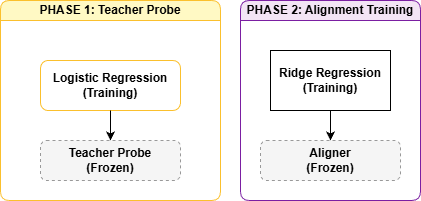
Earlier version of the draw.io export Documentazione/images/modelsss/AppL.png (Fonty02/HallucinationDetection). Source tidied: cells renumbered, new cells last; positions are measured from the earlier drawing's top-left corner, leaving out a move shared by most shapes. Its diagram source:
```xml
<mxGraphModel>
  <root>
    <mxCell id="0" />
    <mxCell id="1" parent="0" />
    <mxCell id="2" value="PHASE 1: Teacher Probe" style="swimlane;whiteSpace=wrap;html=1;fillColor=#fff9c4;strokeColor=#fbc02d;startSize=20;rounded=1;" parent="1" vertex="1">
      <mxGeometry width="220" height="200" as="geometry" />
    </mxCell>
    <mxCell id="3" value="Logistic Regression&lt;br&gt;(Training)" style="rounded=1;whiteSpace=wrap;html=1;fillColor=#ffffff;strokeColor=#fbc02d;fontStyle=1;" parent="2" vertex="1">
      <mxGeometry x="40" y="60" width="140" height="50" as="geometry" />
    </mxCell>
    <mxCell id="4" value="Teacher Probe&lt;br&gt;(Frozen)" style="rounded=1;whiteSpace=wrap;html=1;fillColor=#f5f5f5;strokeColor=#999999;fontStyle=1;dashed=1;" parent="2" vertex="1">
      <mxGeometry x="40" y="140" width="140" height="40" as="geometry" />
    </mxCell>
    <mxCell id="5" parent="2" edge="1" source="3" target="4">
      <mxGeometry relative="1" as="geometry" />
    </mxCell>
    <mxCell id="6" value="PHASE 2: Alignment Training" style="swimlane;whiteSpace=wrap;html=1;fillColor=#f3e5f5;strokeColor=#7b1fa2;startSize=20;rounded=1;" parent="1" vertex="1">
      <mxGeometry x="240" width="180" height="200" as="geometry" />
    </mxCell>
    <mxCell id="7" value="&lt;span style=&quot;font-weight: 700;&quot;&gt;Ridge Regression&lt;/span&gt;&lt;br style=&quot;font-weight: 700;&quot;&gt;&lt;span style=&quot;font-weight: 700;&quot;&gt;(Training)&lt;/span&gt;" style="rounded=0;whiteSpace=wrap;html=1;" parent="6" vertex="1">
      <mxGeometry x="30" y="50" width="120" height="60" as="geometry" />
    </mxCell>
    <mxCell id="8" value="Aligner&lt;br&gt;(Frozen)" style="rounded=1;whiteSpace=wrap;html=1;fillColor=#f5f5f5;strokeColor=#999999;fontStyle=1;dashed=1;" parent="6" vertex="1">
      <mxGeometry x="20" y="140" width="140" height="40" as="geometry" />
    </mxCell>
    <mxCell id="9" parent="6" edge="1" target="8">
      <mxGeometry relative="1" as="geometry">
        <mxPoint x="90" y="110" as="sourcePoint" />
      </mxGeometry>
    </mxCell>
  </root>
</mxGraphModel>
```
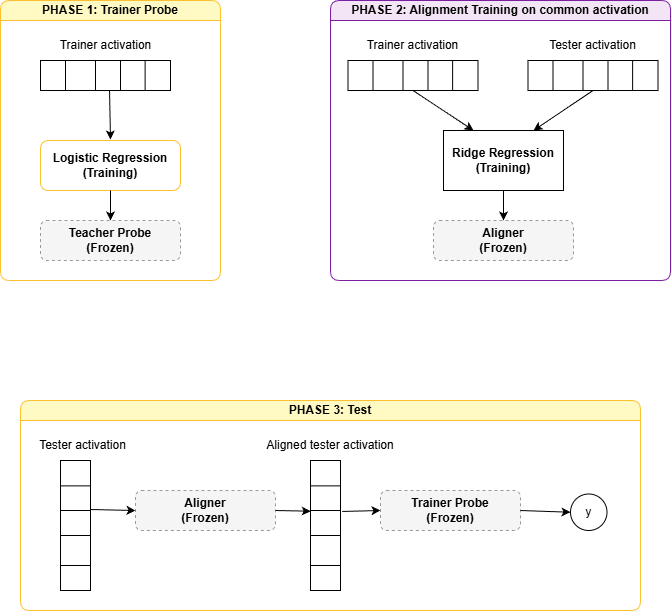
The same file after the commit.

Diff of the diagram source:
```diff
@@ -2,31 +2,231 @@
   <root>
     <mxCell id="0" />
     <mxCell id="1" parent="0" />
-    <mxCell id="2" value="PHASE 1: Teacher Probe" style="swimlane;whiteSpace=wrap;html=1;fillColor=#fff9c4;strokeColor=#fbc02d;startSize=20;rounded=1;" parent="1" vertex="1">
-      <mxGeometry width="220" height="200" as="geometry" />
+    <mxCell id="2" value="PHASE 1: Trainer Probe" style="swimlane;whiteSpace=wrap;html=1;fillColor=#fff9c4;strokeColor=#fbc02d;startSize=20;rounded=1;" parent="1" vertex="1">
+      <mxGeometry width="220" height="280" as="geometry" />
     </mxCell>
     <mxCell id="3" value="Logistic Regression&lt;br&gt;(Training)" style="rounded=1;whiteSpace=wrap;html=1;fillColor=#ffffff;strokeColor=#fbc02d;fontStyle=1;" parent="2" vertex="1">
-      <mxGeometry x="40" y="60" width="140" height="50" as="geometry" />
+      <mxGeometry x="40" y="140" width="140" height="50" as="geometry" />
     </mxCell>
     <mxCell id="4" value="Teacher Probe&lt;br&gt;(Frozen)" style="rounded=1;whiteSpace=wrap;html=1;fillColor=#f5f5f5;strokeColor=#999999;fontStyle=1;dashed=1;" parent="2" vertex="1">
-      <mxGeometry x="40" y="140" width="140" height="40" as="geometry" />
+      <mxGeometry x="40" y="220" width="140" height="40" as="geometry" />
     </mxCell>
     <mxCell id="5" parent="2" edge="1" source="3" target="4">
       <mxGeometry relative="1" as="geometry" />
     </mxCell>
+    <mxCell id="10" style="group;rotation=90;" parent="2" vertex="1">
+      <mxGeometry x="90" y="10" width="30" height="130" as="geometry" />
+    </mxCell>
+    <mxCell id="11" style="rounded=0;whiteSpace=wrap;html=1;rotation=180;" parent="10" vertex="1">
+      <mxGeometry x="-50" y="50" width="130" height="30" as="geometry" />
+    </mxCell>
+    <mxCell id="12" style="endArrow=none;html=1;rounded=0;exitX=0.195;exitY=0.997;exitDx=0;exitDy=0;exitPerimeter=0;entryX=0.195;entryY=0.003;entryDx=0;entryDy=0;entryPerimeter=0;" parent="10" edge="1" source="11" target="11">
+      <mxGeometry relative="1" as="geometry" />
+    </mxCell>
+    <mxCell id="13" style="endArrow=none;html=1;rounded=0;exitX=0.195;exitY=0.997;exitDx=0;exitDy=0;exitPerimeter=0;entryX=0.195;entryY=0.003;entryDx=0;entryDy=0;entryPerimeter=0;" parent="10" edge="1">
+      <mxGeometry relative="1" as="geometry">
+        <mxPoint x="30" y="50" as="sourcePoint" />
+        <mxPoint x="30" y="80" as="targetPoint" />
+      </mxGeometry>
+    </mxCell>
+    <mxCell id="14" style="endArrow=none;html=1;rounded=0;exitX=0.195;exitY=0.997;exitDx=0;exitDy=0;exitPerimeter=0;entryX=0.195;entryY=0.003;entryDx=0;entryDy=0;entryPerimeter=0;" parent="10" edge="1">
+      <mxGeometry relative="1" as="geometry">
+        <mxPoint x="5" y="50" as="sourcePoint" />
+        <mxPoint x="5" y="80" as="targetPoint" />
+      </mxGeometry>
+    </mxCell>
+    <mxCell id="15" style="endArrow=none;html=1;rounded=0;exitX=0.195;exitY=0.997;exitDx=0;exitDy=0;exitPerimeter=0;entryX=0.195;entryY=0.003;entryDx=0;entryDy=0;entryPerimeter=0;" parent="10" edge="1">
+      <mxGeometry relative="1" as="geometry">
+        <mxPoint x="-25" y="50" as="sourcePoint" />
+        <mxPoint x="-25" y="80" as="targetPoint" />
+        <Array as="points">
+          <mxPoint x="-25" y="60" />
+        </Array>
+      </mxGeometry>
+    </mxCell>
+    <mxCell id="16" value="Trainer activation" style="text;html=1;whiteSpace=wrap;strokeColor=none;fillColor=none;align=center;verticalAlign=middle;rounded=0;" parent="2" vertex="1">
+      <mxGeometry x="52.5" y="30" width="105" height="30" as="geometry" />
+    </mxCell>
+    <mxCell id="17" style="endArrow=classic;html=1;rounded=0;exitX=0.469;exitY=-0.001;exitDx=0;exitDy=0;exitPerimeter=0;" parent="2" edge="1" source="11">
+      <mxGeometry relative="1" as="geometry">
+        <mxPoint x="110" y="139" as="targetPoint" />
+      </mxGeometry>
+    </mxCell>
-    <mxCell id="6" value="PHASE 2: Alignment Training" style="swimlane;whiteSpace=wrap;html=1;fillColor=#f3e5f5;strokeColor=#7b1fa2;startSize=20;rounded=1;" parent="1" vertex="1">
-      <mxGeometry x="240" width="180" height="200" as="geometry" />
+    <mxCell id="6" value="PHASE 2: Alignment Training on common activation" style="swimlane;whiteSpace=wrap;html=1;fillColor=#f3e5f5;strokeColor=#7b1fa2;startSize=20;rounded=1;" parent="1" vertex="1">
+      <mxGeometry x="330" width="340" height="280" as="geometry" />
     </mxCell>
     <mxCell id="7" value="&lt;span style=&quot;font-weight: 700;&quot;&gt;Ridge Regression&lt;/span&gt;&lt;br style=&quot;font-weight: 700;&quot;&gt;&lt;span style=&quot;font-weight: 700;&quot;&gt;(Training)&lt;/span&gt;" style="rounded=0;whiteSpace=wrap;html=1;" parent="6" vertex="1">
-      <mxGeometry x="30" y="50" width="120" height="60" as="geometry" />
+      <mxGeometry x="113" y="130" width="120" height="60" as="geometry" />
     </mxCell>
     <mxCell id="8" value="Aligner&lt;br&gt;(Frozen)" style="rounded=1;whiteSpace=wrap;html=1;fillColor=#f5f5f5;strokeColor=#999999;fontStyle=1;dashed=1;" parent="6" vertex="1">
-      <mxGeometry x="20" y="140" width="140" height="40" as="geometry" />
+      <mxGeometry x="103" y="220" width="140" height="40" as="geometry" />
     </mxCell>
     <mxCell id="9" parent="6" edge="1" target="8">
       <mxGeometry relative="1" as="geometry">
-        <mxPoint x="90" y="110" as="sourcePoint" />
+        <mxPoint x="173" y="190" as="sourcePoint" />
       </mxGeometry>
     </mxCell>
+    <mxCell id="18" style="group;rotation=90;" parent="6" vertex="1">
+      <mxGeometry x="67.5" y="10" width="30" height="130" as="geometry" />
+    </mxCell>
+    <mxCell id="19" style="rounded=0;whiteSpace=wrap;html=1;rotation=180;" parent="18" vertex="1">
+      <mxGeometry x="-50" y="50" width="130" height="30" as="geometry" />
+    </mxCell>
+    <mxCell id="20" style="endArrow=none;html=1;rounded=0;exitX=0.195;exitY=0.997;exitDx=0;exitDy=0;exitPerimeter=0;entryX=0.195;entryY=0.003;entryDx=0;entryDy=0;entryPerimeter=0;" parent="18" edge="1" source="19" target="19">
+      <mxGeometry relative="1" as="geometry" />
+    </mxCell>
+    <mxCell id="21" style="endArrow=none;html=1;rounded=0;exitX=0.195;exitY=0.997;exitDx=0;exitDy=0;exitPerimeter=0;entryX=0.195;entryY=0.003;entryDx=0;entryDy=0;entryPerimeter=0;" parent="18" edge="1">
+      <mxGeometry relative="1" as="geometry">
+        <mxPoint x="30" y="50" as="sourcePoint" />
+        <mxPoint x="30" y="80" as="targetPoint" />
+      </mxGeometry>
+    </mxCell>
+    <mxCell id="22" style="endArrow=none;html=1;rounded=0;exitX=0.195;exitY=0.997;exitDx=0;exitDy=0;exitPerimeter=0;entryX=0.195;entryY=0.003;entryDx=0;entryDy=0;entryPerimeter=0;" parent="18" edge="1">
+      <mxGeometry relative="1" as="geometry">
+        <mxPoint x="5" y="50" as="sourcePoint" />
+        <mxPoint x="5" y="80" as="targetPoint" />
+      </mxGeometry>
+    </mxCell>
+    <mxCell id="23" style="endArrow=none;html=1;rounded=0;exitX=0.195;exitY=0.997;exitDx=0;exitDy=0;exitPerimeter=0;entryX=0.195;entryY=0.003;entryDx=0;entryDy=0;entryPerimeter=0;" parent="18" edge="1">
+      <mxGeometry relative="1" as="geometry">
+        <mxPoint x="-25" y="50" as="sourcePoint" />
+        <mxPoint x="-25" y="80" as="targetPoint" />
+        <Array as="points">
+          <mxPoint x="-25" y="60" />
+        </Array>
+      </mxGeometry>
+    </mxCell>
+    <mxCell id="24" value="Trainer activation" style="text;html=1;whiteSpace=wrap;strokeColor=none;fillColor=none;align=center;verticalAlign=middle;rounded=0;" parent="6" vertex="1">
+      <mxGeometry x="30" y="30" width="105" height="30" as="geometry" />
+    </mxCell>
+    <mxCell id="25" style="group;rotation=90;" parent="6" vertex="1">
+      <mxGeometry x="247.5" y="10" width="30" height="130" as="geometry" />
+    </mxCell>
+    <mxCell id="26" style="rounded=0;whiteSpace=wrap;html=1;rotation=180;" parent="25" vertex="1">
+      <mxGeometry x="-50" y="50" width="130" height="30" as="geometry" />
+    </mxCell>
+    <mxCell id="27" style="endArrow=none;html=1;rounded=0;exitX=0.195;exitY=0.997;exitDx=0;exitDy=0;exitPerimeter=0;entryX=0.195;entryY=0.003;entryDx=0;entryDy=0;entryPerimeter=0;" parent="25" edge="1" source="26" target="26">
+      <mxGeometry relative="1" as="geometry" />
+    </mxCell>
+    <mxCell id="28" style="endArrow=none;html=1;rounded=0;exitX=0.195;exitY=0.997;exitDx=0;exitDy=0;exitPerimeter=0;entryX=0.195;entryY=0.003;entryDx=0;entryDy=0;entryPerimeter=0;" parent="25" edge="1">
+      <mxGeometry relative="1" as="geometry">
+        <mxPoint x="30" y="50" as="sourcePoint" />
+        <mxPoint x="30" y="80" as="targetPoint" />
+      </mxGeometry>
+    </mxCell>
+    <mxCell id="29" style="endArrow=none;html=1;rounded=0;exitX=0.195;exitY=0.997;exitDx=0;exitDy=0;exitPerimeter=0;entryX=0.195;entryY=0.003;entryDx=0;entryDy=0;entryPerimeter=0;" parent="25" edge="1">
+      <mxGeometry relative="1" as="geometry">
+        <mxPoint x="5" y="50" as="sourcePoint" />
+        <mxPoint x="5" y="80" as="targetPoint" />
+      </mxGeometry>
+    </mxCell>
+    <mxCell id="30" style="endArrow=none;html=1;rounded=0;exitX=0.195;exitY=0.997;exitDx=0;exitDy=0;exitPerimeter=0;entryX=0.195;entryY=0.003;entryDx=0;entryDy=0;entryPerimeter=0;" parent="25" edge="1">
+      <mxGeometry relative="1" as="geometry">
+        <mxPoint x="-25" y="50" as="sourcePoint" />
+        <mxPoint x="-25" y="80" as="targetPoint" />
+        <Array as="points">
+          <mxPoint x="-25" y="60" />
+        </Array>
+      </mxGeometry>
+    </mxCell>
+    <mxCell id="31" value="Tester activation" style="text;html=1;whiteSpace=wrap;strokeColor=none;fillColor=none;align=center;verticalAlign=middle;rounded=0;" parent="6" vertex="1">
+      <mxGeometry x="210" y="30" width="105" height="30" as="geometry" />
+    </mxCell>
+    <mxCell id="32" style="endArrow=classic;html=1;rounded=0;exitX=0.5;exitY=0;exitDx=0;exitDy=0;entryX=0.25;entryY=0;entryDx=0;entryDy=0;" parent="6" edge="1" source="19" target="7">
+      <mxGeometry relative="1" as="geometry" />
+    </mxCell>
+    <mxCell id="33" style="endArrow=classic;html=1;rounded=0;exitX=0.5;exitY=0;exitDx=0;exitDy=0;entryX=0.75;entryY=0;entryDx=0;entryDy=0;" parent="6" edge="1" source="26" target="7">
+      <mxGeometry relative="1" as="geometry" />
+    </mxCell>
+    <mxCell id="34" value="PHASE 3: Test" style="swimlane;whiteSpace=wrap;html=1;fillColor=#fff9c4;strokeColor=#fbc02d;startSize=20;rounded=1;" parent="1" vertex="1">
+      <mxGeometry x="20" y="400" width="620" height="210" as="geometry" />
+    </mxCell>
+    <mxCell id="35" value="Aligner&lt;br&gt;(Frozen)" style="rounded=1;whiteSpace=wrap;html=1;fillColor=#f5f5f5;strokeColor=#999999;fontStyle=1;dashed=1;" parent="34" vertex="1">
+      <mxGeometry x="115" y="90" width="140" height="40" as="geometry" />
+    </mxCell>
+    <mxCell id="36" value="Tester activation" style="text;html=1;whiteSpace=wrap;strokeColor=none;fillColor=none;align=center;verticalAlign=middle;rounded=0;" parent="34" vertex="1">
+      <mxGeometry x="10" y="30" width="105" height="30" as="geometry" />
+    </mxCell>
+    <mxCell id="37" style="group;rotation=0;" parent="34" vertex="1">
+      <mxGeometry x="40" y="60" width="30" height="130" as="geometry" />
+    </mxCell>
+    <mxCell id="38" style="rounded=0;whiteSpace=wrap;html=1;rotation=90;" parent="37" vertex="1">
+      <mxGeometry x="-50" y="50" width="130" height="30" as="geometry" />
+    </mxCell>
+    <mxCell id="39" style="endArrow=none;html=1;rounded=0;exitX=0.195;exitY=0.997;exitDx=0;exitDy=0;exitPerimeter=0;entryX=0.195;entryY=0.003;entryDx=0;entryDy=0;entryPerimeter=0;" parent="37" edge="1" source="38" target="38">
+      <mxGeometry relative="1" as="geometry" />
+    </mxCell>
+    <mxCell id="40" style="endArrow=none;html=1;rounded=0;exitX=0.195;exitY=0.997;exitDx=0;exitDy=0;exitPerimeter=0;entryX=0.195;entryY=0.003;entryDx=0;entryDy=0;entryPerimeter=0;" parent="37" edge="1">
+      <mxGeometry relative="1" as="geometry">
+        <mxPoint y="50" as="sourcePoint" />
+        <mxPoint x="30" y="50" as="targetPoint" />
+      </mxGeometry>
+    </mxCell>
+    <mxCell id="41" style="endArrow=none;html=1;rounded=0;exitX=0.195;exitY=0.997;exitDx=0;exitDy=0;exitPerimeter=0;entryX=0.195;entryY=0.003;entryDx=0;entryDy=0;entryPerimeter=0;" parent="37" edge="1">
+      <mxGeometry relative="1" as="geometry">
+        <mxPoint y="75" as="sourcePoint" />
+        <mxPoint x="30" y="75" as="targetPoint" />
+      </mxGeometry>
+    </mxCell>
+    <mxCell id="42" style="endArrow=none;html=1;rounded=0;exitX=0.195;exitY=0.997;exitDx=0;exitDy=0;exitPerimeter=0;entryX=0.195;entryY=0.003;entryDx=0;entryDy=0;entryPerimeter=0;" parent="37" edge="1">
+      <mxGeometry relative="1" as="geometry">
+        <mxPoint y="105" as="sourcePoint" />
+        <mxPoint x="30" y="105" as="targetPoint" />
+        <Array as="points">
+          <mxPoint x="10" y="105" />
+        </Array>
+      </mxGeometry>
+    </mxCell>
+    <mxCell id="43" style="group;rotation=0;" parent="34" vertex="1">
+      <mxGeometry x="290" y="60" width="30" height="130" as="geometry" />
+    </mxCell>
+    <mxCell id="44" style="rounded=0;whiteSpace=wrap;html=1;rotation=90;" parent="43" vertex="1">
+      <mxGeometry x="-50" y="50" width="130" height="30" as="geometry" />
+    </mxCell>
+    <mxCell id="45" style="endArrow=none;html=1;rounded=0;exitX=0.195;exitY=0.997;exitDx=0;exitDy=0;exitPerimeter=0;entryX=0.195;entryY=0.003;entryDx=0;entryDy=0;entryPerimeter=0;" parent="43" edge="1" source="44" target="44">
+      <mxGeometry relative="1" as="geometry" />
+    </mxCell>
+    <mxCell id="46" style="endArrow=none;html=1;rounded=0;exitX=0.195;exitY=0.997;exitDx=0;exitDy=0;exitPerimeter=0;entryX=0.195;entryY=0.003;entryDx=0;entryDy=0;entryPerimeter=0;" parent="43" edge="1">
+      <mxGeometry relative="1" as="geometry">
+        <mxPoint y="50" as="sourcePoint" />
+        <mxPoint x="30" y="50" as="targetPoint" />
+      </mxGeometry>
+    </mxCell>
+    <mxCell id="47" style="endArrow=none;html=1;rounded=0;exitX=0.195;exitY=0.997;exitDx=0;exitDy=0;exitPerimeter=0;entryX=0.195;entryY=0.003;entryDx=0;entryDy=0;entryPerimeter=0;" parent="43" edge="1">
+      <mxGeometry relative="1" as="geometry">
+        <mxPoint y="75" as="sourcePoint" />
+        <mxPoint x="30" y="75" as="targetPoint" />
+      </mxGeometry>
+    </mxCell>
+    <mxCell id="48" style="endArrow=none;html=1;rounded=0;exitX=0.195;exitY=0.997;exitDx=0;exitDy=0;exitPerimeter=0;entryX=0.195;entryY=0.003;entryDx=0;entryDy=0;entryPerimeter=0;" parent="43" edge="1">
+      <mxGeometry relative="1" as="geometry">
+        <mxPoint y="105" as="sourcePoint" />
+        <mxPoint x="30" y="105" as="targetPoint" />
+        <Array as="points">
+          <mxPoint x="10" y="105" />
+        </Array>
+      </mxGeometry>
+    </mxCell>
+    <mxCell id="49" value="Aligned tester activation" style="text;html=1;whiteSpace=wrap;strokeColor=none;fillColor=none;align=center;verticalAlign=middle;rounded=0;" parent="34" vertex="1">
+      <mxGeometry x="236.2" y="30" width="147.5" height="30" as="geometry" />
+    </mxCell>
+    <mxCell id="50" value="Trainer Probe&lt;br&gt;(Frozen)" style="rounded=1;whiteSpace=wrap;html=1;fillColor=#f5f5f5;strokeColor=#999999;fontStyle=1;dashed=1;" parent="34" vertex="1">
+      <mxGeometry x="360" y="90" width="140" height="40" as="geometry" />
+    </mxCell>
+    <mxCell id="51" value="y" style="ellipse;whiteSpace=wrap;html=1;" parent="34" vertex="1">
+      <mxGeometry x="550" y="93.5" width="36.5" height="36.5" as="geometry" />
+    </mxCell>
+    <mxCell id="52" style="endArrow=classic;html=1;rounded=0;exitX=0.377;exitY=0.001;exitDx=0;exitDy=0;entryX=0;entryY=0.5;entryDx=0;entryDy=0;exitPerimeter=0;" parent="34" edge="1" source="38" target="35">
+      <mxGeometry relative="1" as="geometry" />
+    </mxCell>
+    <mxCell id="53" style="endArrow=classic;html=1;rounded=0;exitX=1;exitY=0.5;exitDx=0;exitDy=0;entryX=0.39;entryY=0.994;entryDx=0;entryDy=0;entryPerimeter=0;" parent="34" edge="1" source="35" target="44">
+      <mxGeometry relative="1" as="geometry" />
+    </mxCell>
+    <mxCell id="54" style="endArrow=classic;html=1;rounded=0;exitX=0.392;exitY=-0.057;exitDx=0;exitDy=0;exitPerimeter=0;entryX=0;entryY=0.5;entryDx=0;entryDy=0;" parent="34" edge="1" source="44" target="50">
+      <mxGeometry relative="1" as="geometry" />
+    </mxCell>
+    <mxCell id="55" style="endArrow=classic;html=1;rounded=0;exitX=1;exitY=0.5;exitDx=0;exitDy=0;entryX=0;entryY=0.5;entryDx=0;entryDy=0;" parent="34" edge="1" source="50" target="51">
+      <mxGeometry relative="1" as="geometry" />
+    </mxCell>
   </root>
 </mxGraphModel>
```
